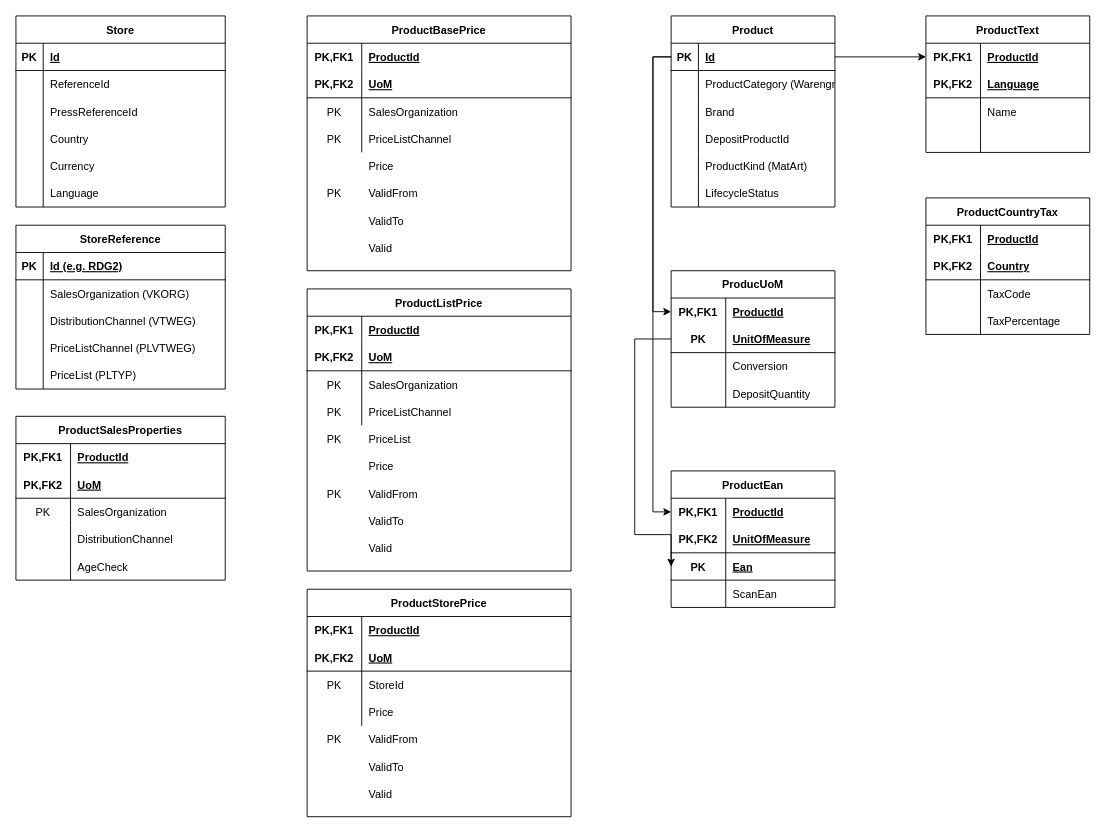
Above: Untitled Diagram.drawio in Ermaconomist/M2G-ERM (draw.io), before the change. Source tidied: cells renumbered, new cells numbered last; positions are measured from the earlier drawing's top-left corner, leaving out a move shared by most shapes. Both pictures are drawn from the tidied source at 91%, with x=0, y=0 at pixel (15, 15).
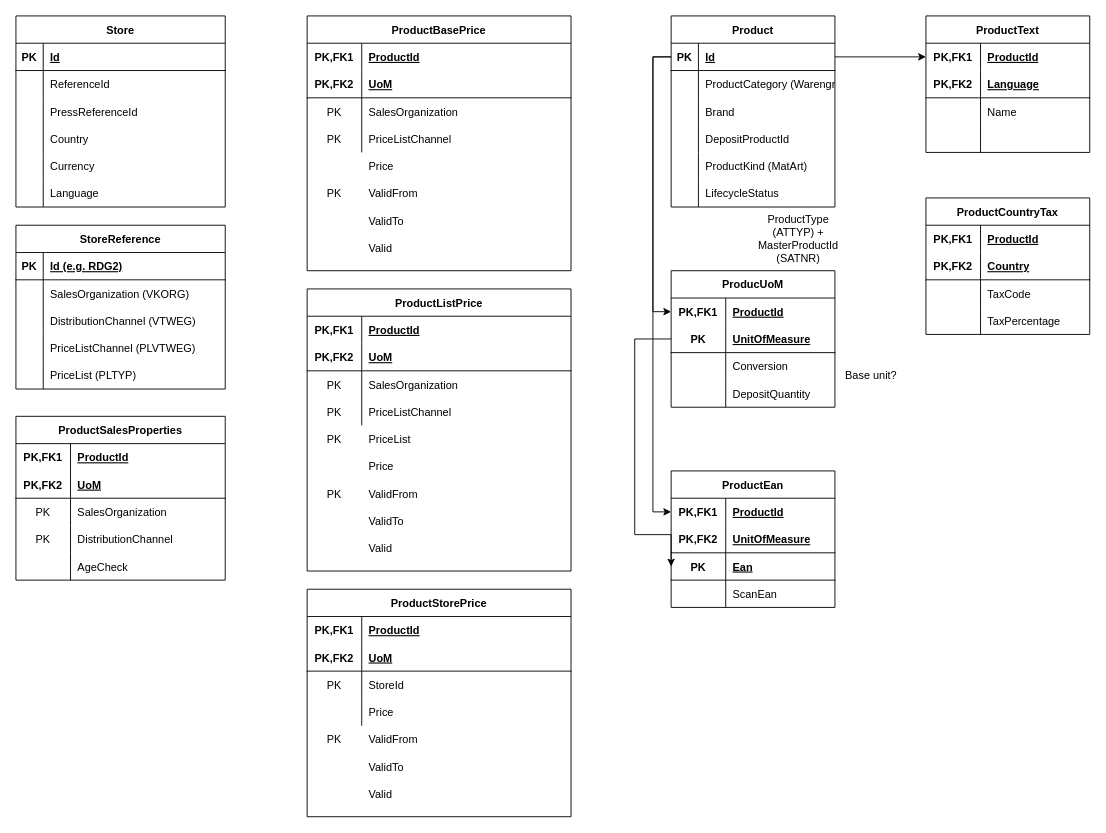
The same diagram, later.

The change refers to these unchanged cells:
```xml
<mxCell id="81" style="shape=tableRow;horizontal=0;startSize=0;swimlaneHead=0;swimlaneBody=0;fillColor=none;top=0;left=0;right=0;bottom=0;" parent="71" vertex="1">
  <mxGeometry y="120" width="230" height="30" as="geometry" />
</mxCell>
```

Diff of the diagram source:
```diff
@@
-    <mxCell id="82" style="shape=partialRectangle;fillColor=none;top=0;left=0;bottom=0;right=0;overflow=hidden;" parent="81" vertex="1">
+    <mxCell id="82" value="PK" style="shape=partialRectangle;fillColor=none;top=0;left=0;bottom=0;right=0;overflow=hidden;" parent="81" vertex="1">
       <mxGeometry width="60" height="30" as="geometry" />
     </mxCell>
@@
+    <mxCell id="189" value="Base unit?" style="text;html=1;strokeColor=none;fillColor=none;align=center;verticalAlign=middle;whiteSpace=wrap;rounded=0;" parent="1" vertex="1">
+      <mxGeometry x="910" y="380" width="60" height="30" as="geometry" />
+    </mxCell>
+    <mxCell id="190" value="ProductType (ATTYP) + MasterProductId (SATNR)" style="text;html=1;strokeColor=none;fillColor=none;align=center;verticalAlign=middle;whiteSpace=wrap;rounded=0;" parent="1" vertex="1">
+      <mxGeometry x="830" y="230" width="60" height="30" as="geometry" />
+    </mxCell>
```
